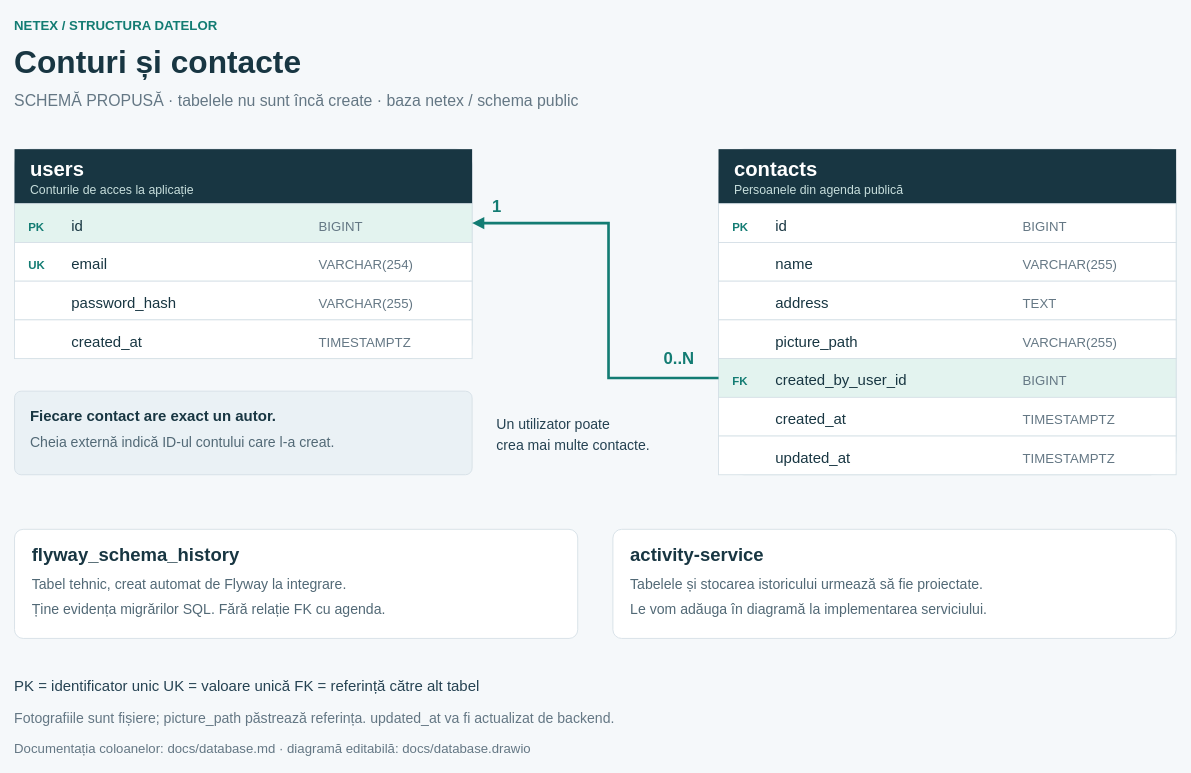
This is docs/database.drawio from MonkeyFonkey1/netex_project, a draw.io file, before an edit. Source tidied: cells renumbered, new cells numbered last; positions are measured from the earlier drawing's top-left corner, leaving out a move shared by most shapes. Both pictures are drawn from the tidied source at 88%, with x=0, y=0 at pixel (14, 14).
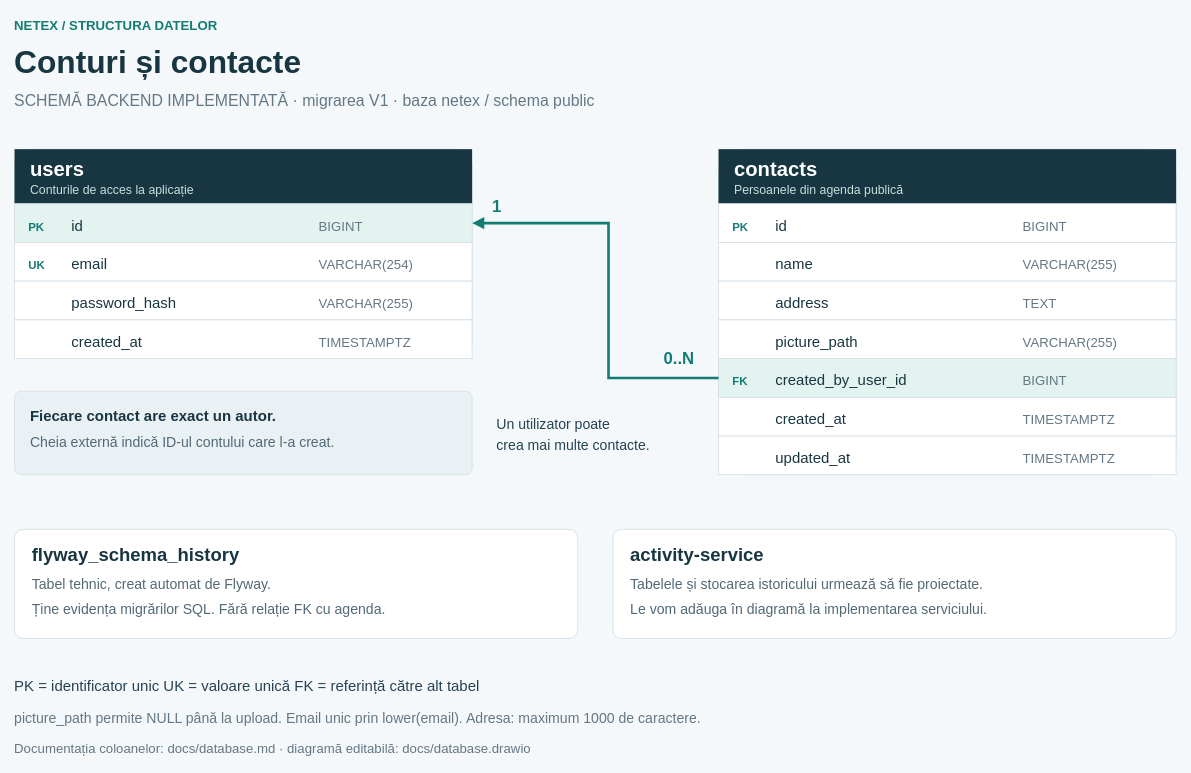
The same page after the edit.

Diff of the diagram source:
```diff
@@
-    <mxCell id="4" value="SCHEMĂ PROPUSĂ · tabelele nu sunt încă create · baza netex / schema public" style="text;html=0;align=left;verticalAlign=middle;spacing=0;fontFamily=Arial;fontSize=18;fontColor=#647784;fontStyle=0;" parent="1" vertex="1">
+    <mxCell id="4" value="SCHEMĂ BACKEND IMPLEMENTATĂ · migrarea V1 · baza netex / schema public" style="text;html=0;align=left;verticalAlign=middle;spacing=0;fontFamily=Arial;fontSize=18;fontColor=#647784;fontStyle=0;" parent="1" vertex="1">
       <mxGeometry y="83" width="1000" height="26" as="geometry" />
     </mxCell>
@@
-    <mxCell id="60" value="Tabel tehnic, creat automat de Flyway la integrare." style="text;html=0;align=left;verticalAlign=middle;spacing=0;fontFamily=Arial;fontSize=16;fontColor=#526976;fontStyle=0;" parent="1" vertex="1">
+    <mxCell id="60" value="Tabel tehnic, creat automat de Flyway." style="text;html=0;align=left;verticalAlign=middle;spacing=0;fontFamily=Arial;fontSize=16;fontColor=#526976;fontStyle=0;" parent="1" vertex="1">
       <mxGeometry x="20" y="634" width="600" height="24" as="geometry" />
     </mxCell>
@@
-    <mxCell id="67" value="Fotografiile sunt fișiere; picture_path păstrează referința. updated_at va fi actualizat de backend." style="text;html=0;align=left;verticalAlign=middle;spacing=0;fontFamily=Arial;fontSize=16;fontColor=#647784;fontStyle=0;" parent="1" vertex="1">
+    <mxCell id="67" value="picture_path permite NULL până la upload. Email unic prin lower(email). Adresa: maximum 1000 de caractere." style="text;html=0;align=left;verticalAlign=middle;spacing=0;fontFamily=Arial;fontSize=16;fontColor=#647784;fontStyle=0;" parent="1" vertex="1">
       <mxGeometry y="787" width="1300" height="24" as="geometry" />
     </mxCell>
```
